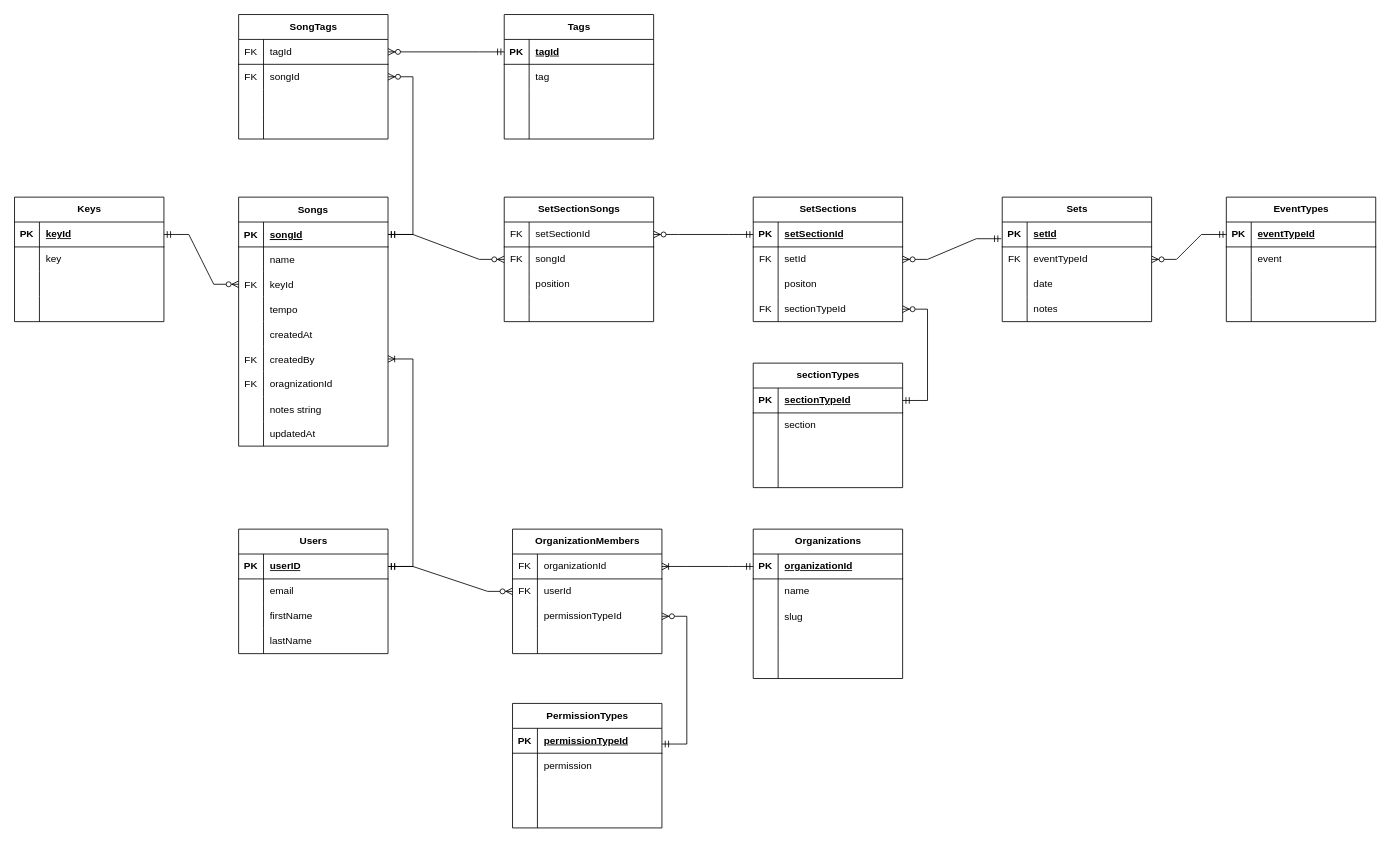
Before: data-relationship-diagram.drawio in justaddcl/sanbi, a draw.io diagram. Source tidied: cells renumbered, new cells numbered last; positions are measured from the earlier drawing's top-left corner, leaving out a move shared by most shapes. Both pictures are drawn from the tidied source at 83%, with x=0, y=0 at pixel (14, 14).
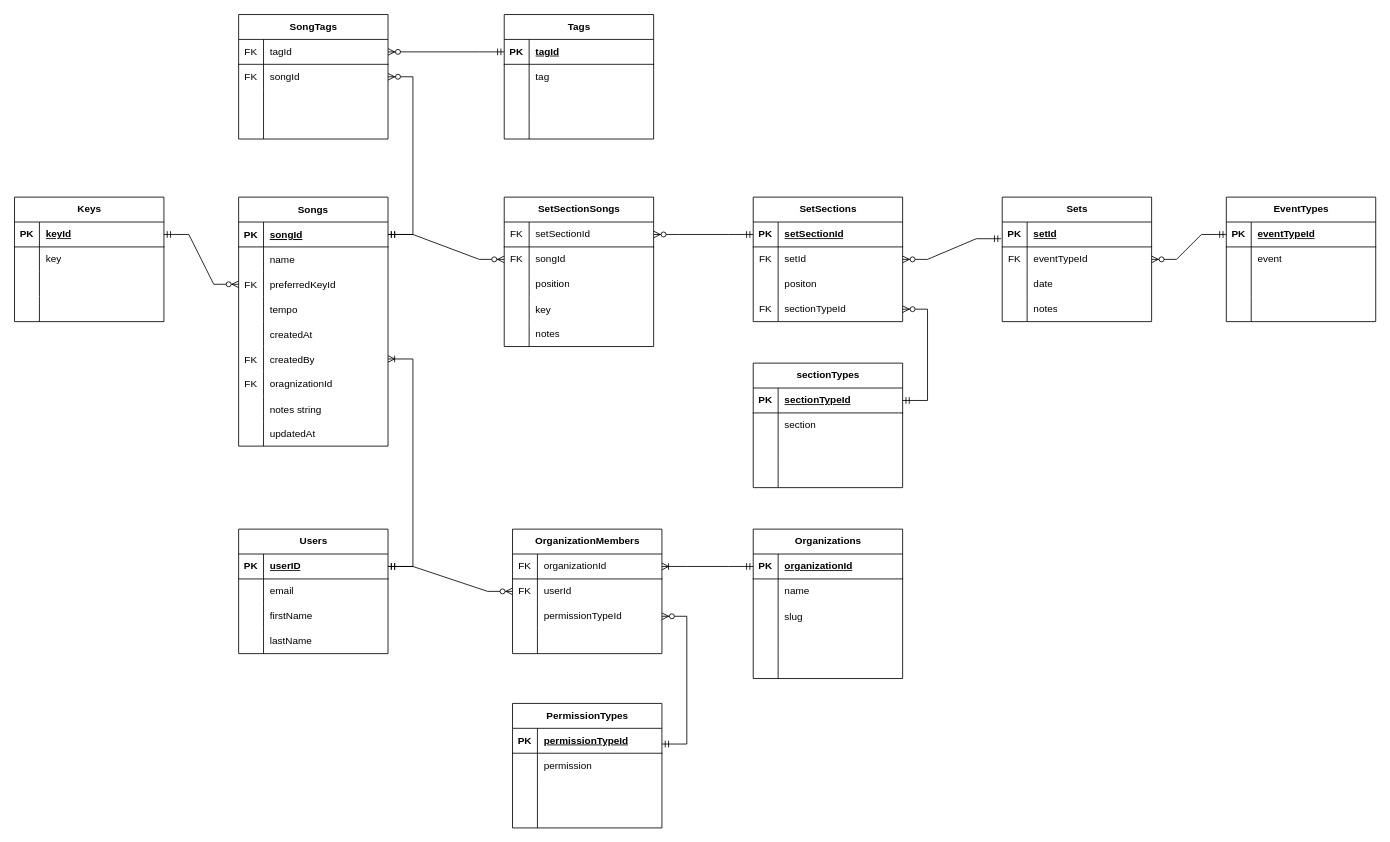
After the change.

Unchanged cells that the change refers to:
```xml
<mxCell id="9" style="shape=partialRectangle;fillColor=none;points=[[0,0.5],[1,0.5]];portConstraint=eastwest;top=0;left=0;right=0;bottom=0;" parent="2" vertex="1">
  <mxGeometry y="90" width="180" height="30" as="geometry" />
</mxCell>
```

Diff of the diagram source:
```diff
@@
-    <mxCell id="11" value="keyId" style="shape=partialRectangle;overflow=hidden;fillColor=none;top=0;left=0;bottom=0;right=0;align=left;spacingLeft=6;" parent="9" vertex="1">
+    <mxCell id="11" value="preferredKeyId" style="shape=partialRectangle;overflow=hidden;fillColor=none;top=0;left=0;bottom=0;right=0;align=left;spacingLeft=6;" parent="9" vertex="1">
       <mxGeometry x="30" width="150" height="30" as="geometry" />
     </mxCell>
@@
     <mxCell id="188" value="SetSectionSongs" style="shape=table;startSize=30;childLayout=tableLayout;rowLines=0;fontStyle=1;align=center;html=1;" parent="1" vertex="1">
-      <mxGeometry x="590" y="220" width="180" height="150" as="geometry" />
+      <mxGeometry x="590" y="220" width="180" height="180" as="geometry" />
     </mxCell>
@@
+    <mxCell id="203" style="shape=tableRow;horizontal=0;startSize=0;swimlaneHead=0;swimlaneBody=0;fillColor=none;top=0;left=0;right=0;bottom=0;" parent="188" vertex="1">
+      <mxGeometry y="120" width="180" height="30" as="geometry" />
+    </mxCell>
+    <mxCell id="204" style="shape=partialRectangle;fillColor=none;top=0;left=0;bottom=0;right=0;overflow=hidden;" parent="203" vertex="1">
+      <mxGeometry width="30" height="30" as="geometry" />
+    </mxCell>
+    <mxCell id="205" value="key" style="shape=partialRectangle;fillColor=none;top=0;left=0;bottom=0;right=0;align=left;spacingLeft=6;overflow=hidden;" parent="203" vertex="1">
+      <mxGeometry x="30" width="150" height="30" as="geometry" />
+    </mxCell>
     <mxCell id="198" style="shape=tableRow;horizontal=0;startSize=0;swimlaneHead=0;swimlaneBody=0;fillColor=none;top=0;left=0;right=0;bottom=0;" parent="188" vertex="1">
-      <mxGeometry y="120" width="180" height="30" as="geometry" />
+      <mxGeometry y="150" width="180" height="30" as="geometry" />
     </mxCell>
@@
-    <mxCell id="200" style="shape=partialRectangle;fillColor=none;top=0;left=0;bottom=0;right=0;align=left;spacingLeft=6;overflow=hidden;whiteSpace=wrap;html=1;" parent="198" vertex="1">
+    <mxCell id="200" value="notes" style="shape=partialRectangle;fillColor=none;top=0;left=0;bottom=0;right=0;align=left;spacingLeft=6;overflow=hidden;whiteSpace=wrap;html=1;" parent="198" vertex="1">
       <mxGeometry x="30" width="150" height="30" as="geometry" />
     </mxCell>
```
